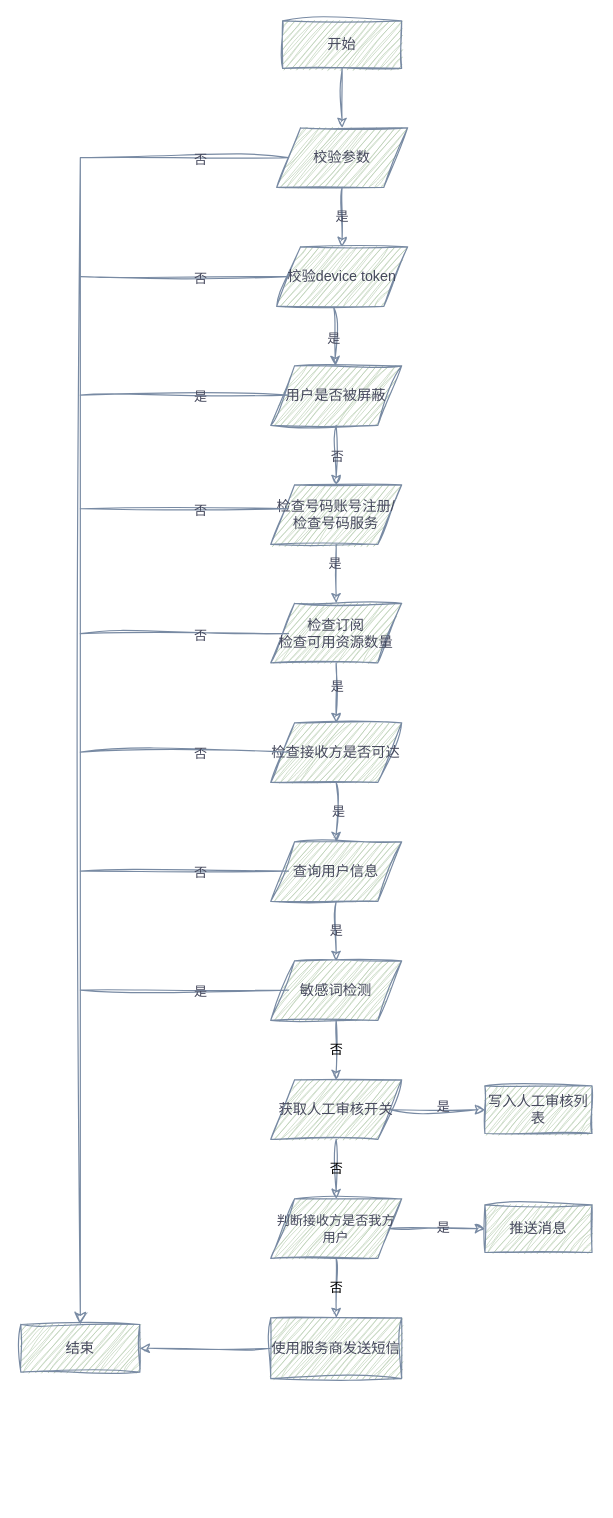
This is sendsmslogic.drawio from Sc-glong/diagrams, a draw.io file, before an edit. Source tidied: cells renumbered, new cells numbered last; positions are measured from the earlier drawing's top-left corner, leaving out a move shared by most shapes. Both pictures are drawn from the tidied source at 119%, with x=0, y=0 at pixel (20, 20).
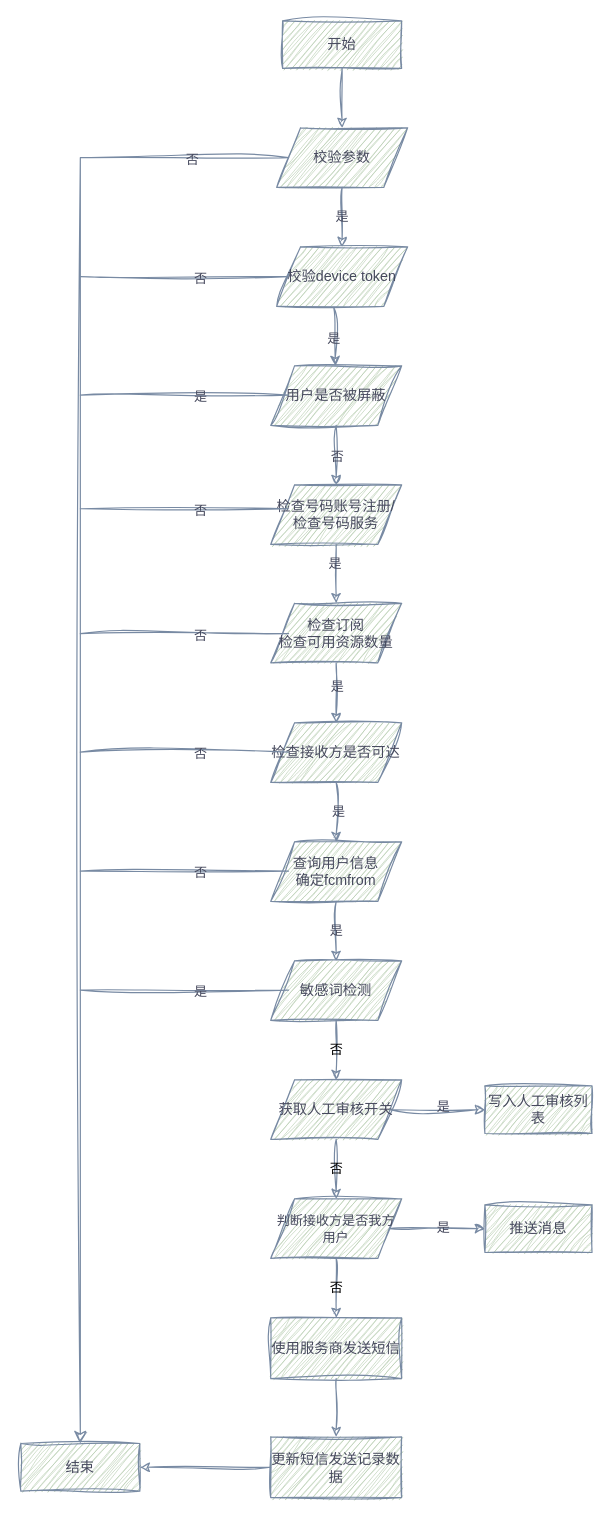
After the change.

The change refers to these unchanged cells:
```xml
<mxCell id="37" value="使用服务商发送短信" style="rounded=0;whiteSpace=wrap;html=1;labelBackgroundColor=none;fillColor=#B2C9AB;strokeColor=#788AA3;fontColor=#46495D;sketch=1;curveFitting=1;jiggle=2;" parent="1" vertex="1">
  <mxGeometry x="210" y="1090" width="110" height="51" as="geometry" />
</mxCell>
```

What changed in the source:
```diff
@@
     <mxCell id="15" value="结束" style="rounded=0;whiteSpace=wrap;html=1;labelBackgroundColor=none;fillColor=#B2C9AB;strokeColor=#788AA3;fontColor=#46495D;sketch=1;curveFitting=1;jiggle=2;" parent="1" vertex="1">
-      <mxGeometry y="1095.5" width="100" height="40" as="geometry" />
+      <mxGeometry y="1195.5" width="100" height="40" as="geometry" />
     </mxCell>
@@
-    <mxCell id="20" value="查询用户信息" style="shape=parallelogram;perimeter=parallelogramPerimeter;whiteSpace=wrap;html=1;fixedSize=1;labelBackgroundColor=none;fillColor=#B2C9AB;strokeColor=#788AA3;fontColor=#46495D;rounded=0;sketch=1;curveFitting=1;jiggle=2;" parent="1" vertex="1">
+    <mxCell id="20" value="查询用户信息&lt;br&gt;确定fcmfrom" style="shape=parallelogram;perimeter=parallelogramPerimeter;whiteSpace=wrap;html=1;fixedSize=1;labelBackgroundColor=none;fillColor=#B2C9AB;strokeColor=#788AA3;fontColor=#46495D;rounded=0;sketch=1;curveFitting=1;jiggle=2;" parent="1" vertex="1">
       <mxGeometry x="210" y="690" width="110" height="50" as="geometry" />
     </mxCell>
@@
-    <mxCell id="39" style="endArrow=classic;html=1;rounded=0;entryX=1;entryY=0.5;entryDx=0;entryDy=0;exitX=0;exitY=0.5;exitDx=0;exitDy=0;labelBackgroundColor=none;strokeColor=#788AA3;fontColor=default;sketch=1;curveFitting=1;jiggle=2;" parent="1" edge="1" source="37" target="15">
-      <mxGeometry relative="1" as="geometry" />
-    </mxCell>
@@
+    <mxCell id="56" value="更新短信发送记录数据" style="rounded=0;whiteSpace=wrap;html=1;labelBackgroundColor=none;fillColor=#B2C9AB;strokeColor=#788AA3;fontColor=#46495D;sketch=1;curveFitting=1;jiggle=2;" parent="1" vertex="1">
+      <mxGeometry x="210" y="1190" width="110" height="51" as="geometry" />
+    </mxCell>
+    <mxCell id="57" style="endArrow=classic;html=1;sketch=1;hachureGap=4;jiggle=2;curveFitting=1;strokeColor=#788AA3;fontFamily=Architects Daughter;fontSize=11;fontColor=#46495D;fillColor=#B2C9AB;exitX=0.5;exitY=1;exitDx=0;exitDy=0;entryX=0.5;entryY=0;entryDx=0;entryDy=0;" parent="1" edge="1" source="37" target="56">
+      <mxGeometry relative="1" as="geometry" />
+    </mxCell>
+    <mxCell id="58" style="endArrow=classic;html=1;sketch=1;hachureGap=4;jiggle=2;curveFitting=1;strokeColor=#788AA3;fontFamily=Architects Daughter;fontSize=11;fontColor=#46495D;fillColor=#B2C9AB;entryX=1;entryY=0.5;entryDx=0;entryDy=0;exitX=0;exitY=0.5;exitDx=0;exitDy=0;" parent="1" edge="1" source="56" target="15">
+      <mxGeometry relative="1" as="geometry" />
+    </mxCell>
```
